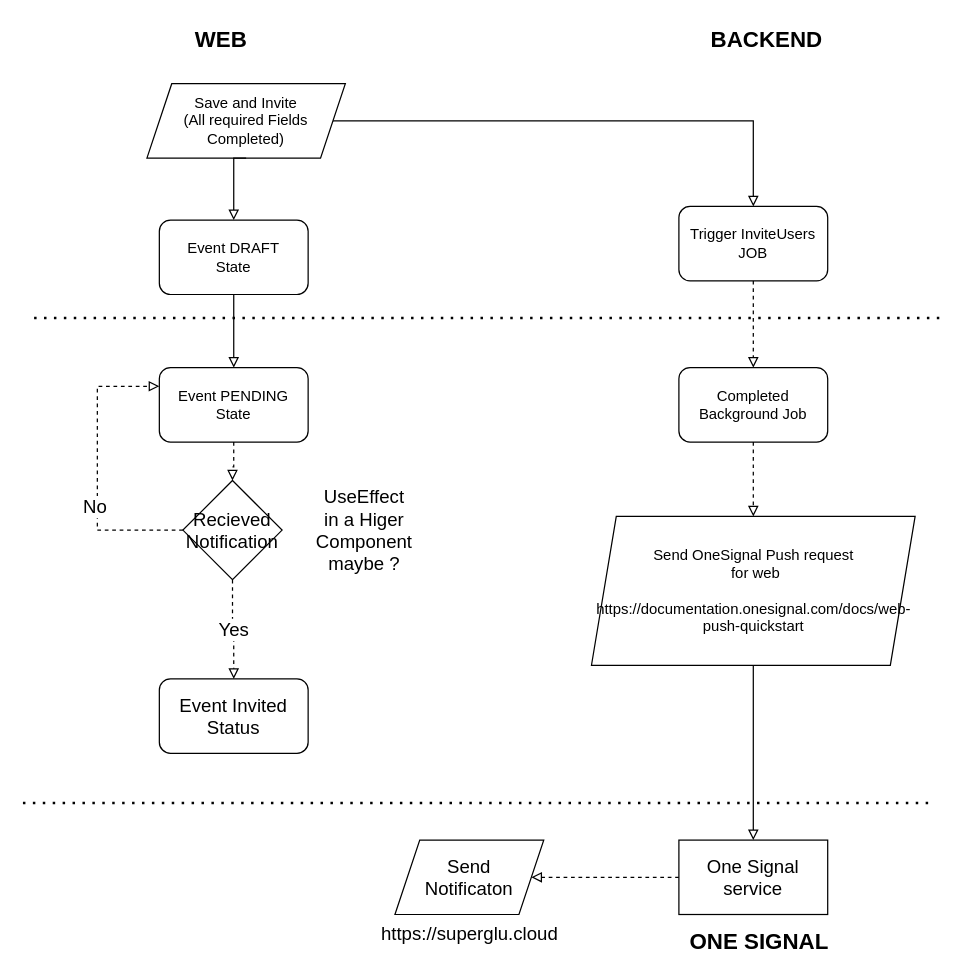
This is new-inviting-users-flow.drawio from heshanWick/superglu-diagrams, a draw.io file, before an edit. Source tidied: cells renumbered, new cells numbered last; positions are measured from the earlier drawing's top-left corner, leaving out a move shared by most shapes. Both pictures are drawn from the tidied source at 124%, with x=0, y=0 at pixel (22, 21).
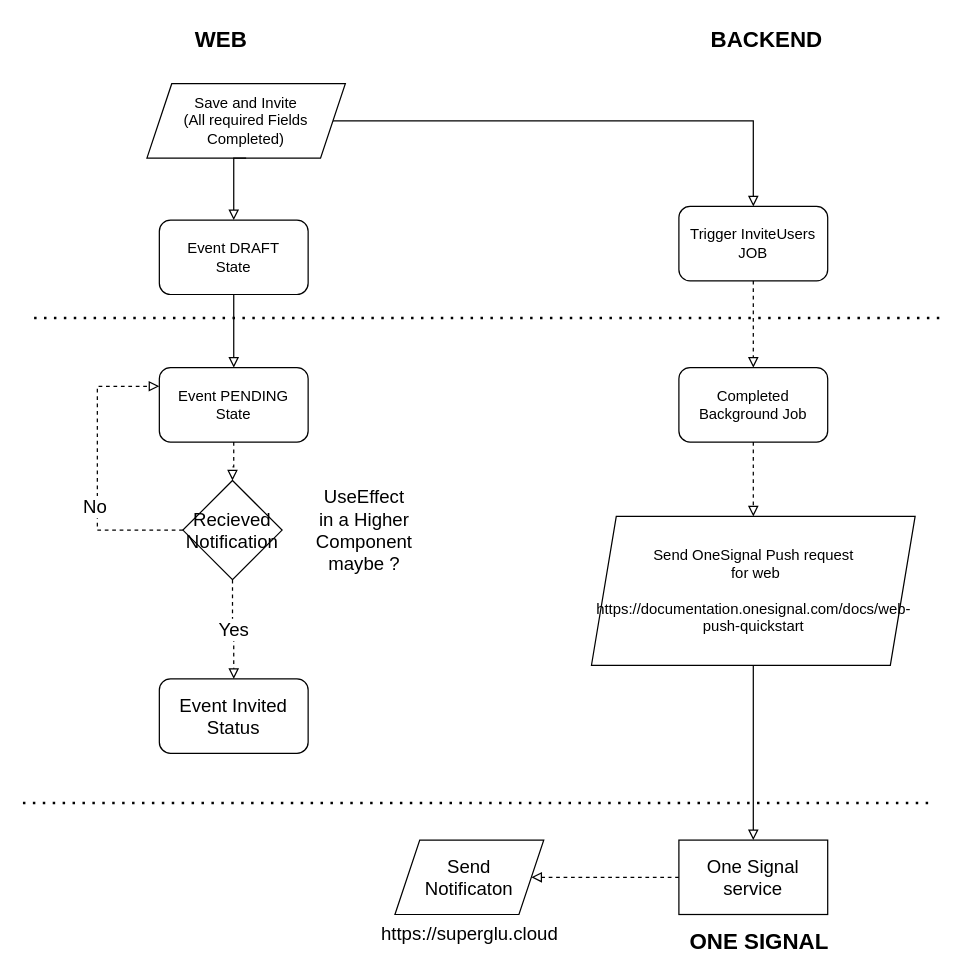
The same page after the edit.

The edit, as a diff of the source:
```diff
@@
-    <mxCell id="29" value="&lt;div&gt;UseEffect &lt;br&gt;&lt;/div&gt;&lt;div&gt;in a Higer &lt;br&gt;&lt;/div&gt;&lt;div&gt;Component &lt;br&gt;&lt;/div&gt;&lt;div&gt;maybe ?&lt;/div&gt;" style="text;html=1;align=center;verticalAlign=middle;strokeColor=none;fillColor=none;fontSize=15;" parent="1" vertex="1">
+    <mxCell id="29" value="&lt;div&gt;UseEffect &lt;br&gt;&lt;/div&gt;&lt;div&gt;in a Higher &lt;br&gt;&lt;/div&gt;&lt;div&gt;Component &lt;br&gt;&lt;/div&gt;&lt;div&gt;maybe ?&lt;/div&gt;" style="text;html=1;align=center;verticalAlign=middle;strokeColor=none;fillColor=none;fontSize=15;" parent="1" vertex="1">
       <mxGeometry x="230" y="370" width="90" height="80" as="geometry" />
     </mxCell>
```
